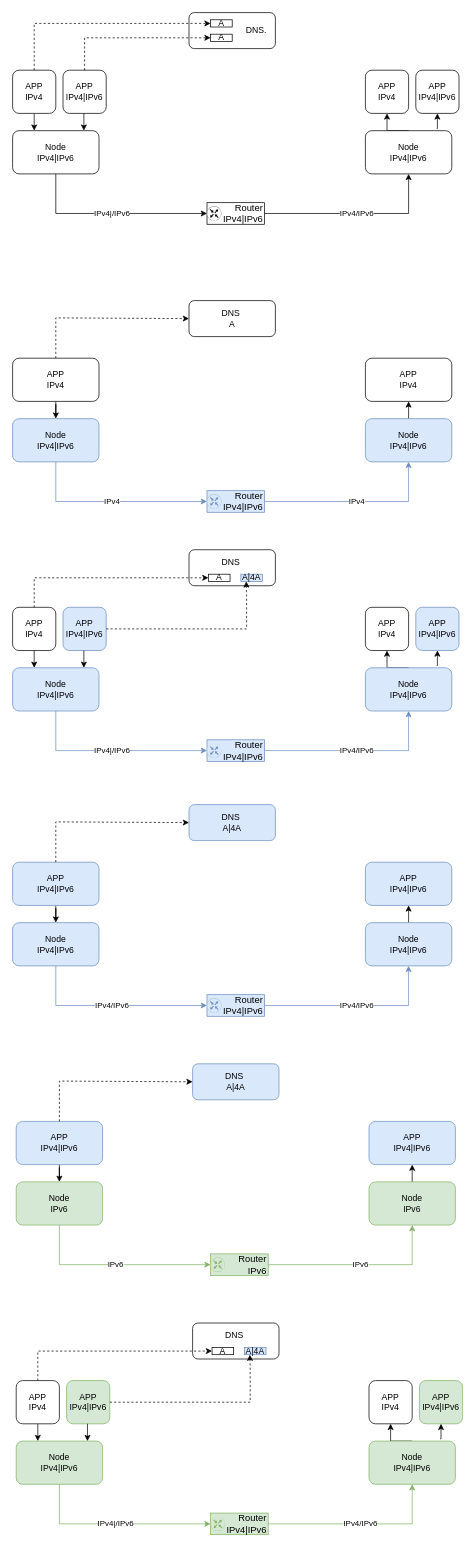
anorqiu9/drawio keeps this draw.io diagram as IPv6 Transition.drawio. Above is the earlier version. Source tidied: cells renumbered, new cells numbered last; positions are measured from the earlier drawing's top-left corner, leaving out a move shared by most shapes. Both pictures are drawn from the tidied source at 72%, with x=0, y=0 at pixel (12, 12).
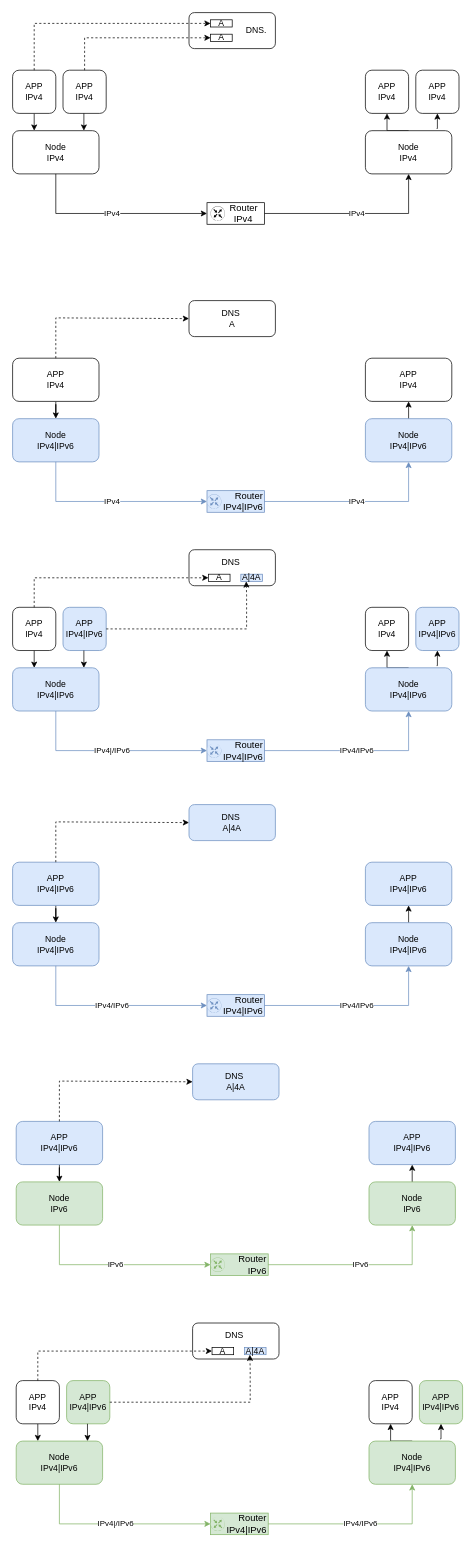
After the change.

What changed in the source:
```diff
@@
-    <mxCell id="78" value="Node&lt;div&gt;IPv4|IPv6&lt;/div&gt;" style="whiteSpace=wrap;html=1;rounded=1;" parent="1" vertex="1">
+    <mxCell id="78" value="Node&lt;div&gt;IPv4&lt;/div&gt;" style="whiteSpace=wrap;html=1;rounded=1;" parent="1" vertex="1">
       <mxGeometry y="164" width="120" height="60" as="geometry" />
     </mxCell>
-    <mxCell id="79" value="Router&lt;div style=&quot;font-size: 13px;&quot;&gt;IPv4|IPv6&lt;/div&gt;" style="rounded=0;whiteSpace=wrap;html=1;fontSize=13;verticalAlign=middle;align=right;" parent="1" vertex="1">
+    <mxCell id="79" value="Router&amp;nbsp;&amp;nbsp;&lt;div style=&quot;font-size: 13px;&quot;&gt;IPv4&amp;nbsp; &amp;nbsp;&amp;nbsp;&lt;/div&gt;" style="rounded=0;whiteSpace=wrap;html=1;fontSize=13;verticalAlign=middle;align=right;" parent="1" vertex="1">
       <mxGeometry x="270" y="264" width="80" height="30" as="geometry" />
     </mxCell>
@@
-    <mxCell id="83" value="Node&lt;div&gt;IPv4|IPv6&lt;/div&gt;" style="whiteSpace=wrap;html=1;rounded=1;" parent="1" vertex="1">
+    <mxCell id="83" value="Node&lt;div&gt;IPv4&lt;/div&gt;" style="whiteSpace=wrap;html=1;rounded=1;" parent="1" vertex="1">
       <mxGeometry x="490" y="164" width="120" height="60" as="geometry" />
     </mxCell>
     <mxCell id="84" style="sketch=0;verticalLabelPosition=bottom;html=1;verticalAlign=top;align=center;shape=mxgraph.cisco19.rect;prIcon=router;" parent="1" vertex="1">
-      <mxGeometry x="270" y="269" width="20" height="20" as="geometry" />
+      <mxGeometry x="275" y="269" width="20" height="20" as="geometry" />
     </mxCell>
-    <mxCell id="85" value="IPv4/IPv6" style="endArrow=classic;html=1;rounded=0;exitX=1;exitY=0.5;exitDx=0;exitDy=0;entryX=0.5;entryY=1;entryDx=0;entryDy=0;" parent="1" edge="1" source="79" target="83">
+    <mxCell id="85" value="IPv4" style="endArrow=classic;html=1;rounded=0;exitX=1;exitY=0.5;exitDx=0;exitDy=0;entryX=0.5;entryY=1;entryDx=0;entryDy=0;" parent="1" edge="1" source="79" target="83">
       <mxGeometry relative="1" as="geometry">
         <Array as="points">
           <mxPoint x="550" y="279" />
         </Array>
       </mxGeometry>
     </mxCell>
-    <mxCell id="86" value="IPv4|/IPv6" style="endArrow=classic;html=1;rounded=0;exitX=0.5;exitY=1;exitDx=0;exitDy=0;entryX=0;entryY=0.5;entryDx=0;entryDy=0;" parent="1" edge="1" source="78" target="79">
+    <mxCell id="86" value="IPv4" style="endArrow=classic;html=1;rounded=0;exitX=0.5;exitY=1;exitDx=0;exitDy=0;entryX=0;entryY=0.5;entryDx=0;entryDy=0;" parent="1" edge="1" source="78" target="79">
       <mxGeometry relative="1" as="geometry">
         <Array as="points">
           <mxPoint x="60" y="279" />
         </Array>
       </mxGeometry>
     </mxCell>
@@
-    <mxCell id="88" value="APP&lt;div&gt;IPv4|IPv6&lt;/div&gt;" style="rounded=1;whiteSpace=wrap;html=1;" parent="1" vertex="1">
+    <mxCell id="88" value="APP&lt;div&gt;IPv4&lt;/div&gt;" style="rounded=1;whiteSpace=wrap;html=1;" parent="1" vertex="1">
       <mxGeometry x="560" y="80" width="60" height="60" as="geometry" />
     </mxCell>
@@
-    <mxCell id="90" value="APP&lt;div&gt;IPv4|IPv6&lt;/div&gt;" style="rounded=1;whiteSpace=wrap;html=1;" parent="1" vertex="1">
+    <mxCell id="90" value="APP&lt;div&gt;IPv4&lt;/div&gt;" style="rounded=1;whiteSpace=wrap;html=1;" parent="1" vertex="1">
       <mxGeometry x="70" y="80" width="60" height="60" as="geometry" />
     </mxCell>
```
